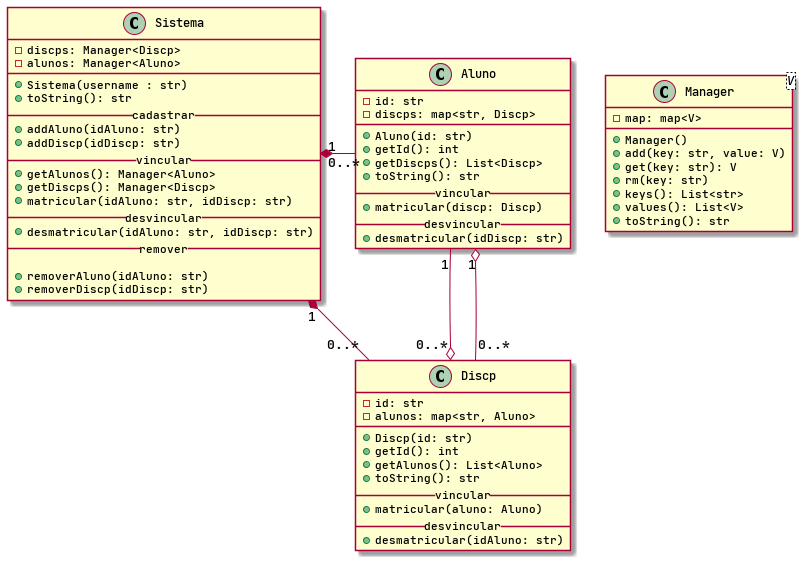
This is base/021/diagrama.png from qxcodepoo/arcade, a PlantUML export, as it was before one commit. Source of this version:
```plantuml
@startuml
skinparam defaultFontName "JetBrains Mono Medium"


class Aluno {
    - id: str
    - discps: map<str, Discp>
    __
    + Aluno(id: str)
    + getId(): int
    + getDiscps(): List<Discp>
    + toString(): str
    __vincular__
    + matricular(discp: Discp)
    __desvincular__
    + desmatricular(idDiscp: str)
}

class Discp {
    - id: str
    - alunos: map<str, Aluno>
    __
    + Discp(id: str)
    + getId(): int
    + getAlunos(): List<Aluno>
    + toString(): str
    __vincular__
    + matricular(aluno: Aluno)
    __desvincular__
    + desmatricular(idAluno: str)
}


class Manager <V> {
    - map: map<V>
    + Manager()
    + add(key: str, value: V)
    + get(key: str): V
    + rm(key: str)
    + keys(): List<str>
    + values(): List<V>
    + toString(): str
}

class Sistema {
    - discps: Manager<Discp>
    - alunos: Manager<Aluno>
    __
    + Sistema(username : str)
    + toString(): str
    __cadastrar__
    + addAluno(idAluno: str)
    + addDiscp(idDiscp: str)
    __vincular__
    + getAlunos(): Manager<Aluno>
    + getDiscps(): Manager<Discp>
    + matricular(idAluno: str, idDiscp: str)
    __desvincular__
    + desmatricular(idAluno: str, idDiscp: str)
    __remover__

    + removerAluno(idAluno: str)
    + removerDiscp(idDiscp: str)
}

Sistema "1" *- "0..*" Aluno
Sistema "1" *- "0..*" Discp
Aluno "1" --o "0..*" Discp
Aluno "1" o-- "0..*" Discp

@enduml
```
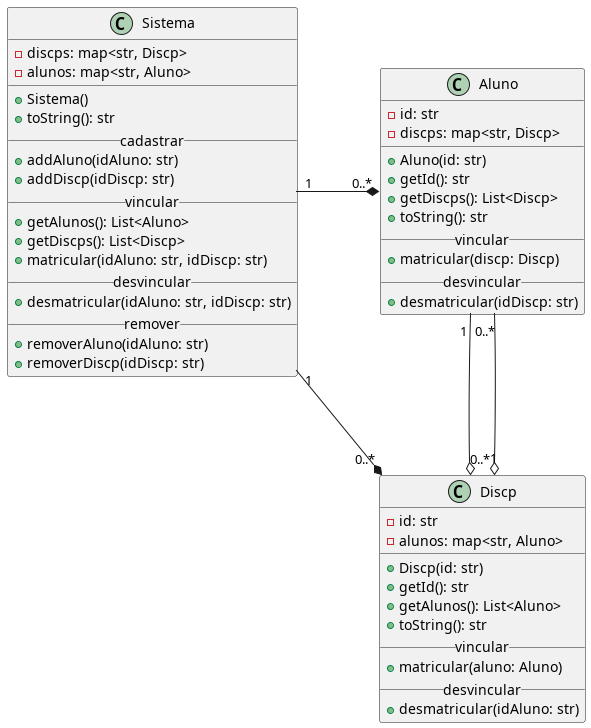
Above is the later version.

Change to the diagram source:
```diff
@@ -1,13 +1,11 @@
 @startuml
 skinparam defaultFontName "JetBrains Mono Medium"
-
-
 class Aluno {
     - id: str
     - discps: map<str, Discp>
     __
     + Aluno(id: str)
-    + getId(): int
+    + getId(): str
     + getDiscps(): List<Discp>
     + toString(): str
     __vincular__
@@ -15,13 +13,12 @@
     __desvincular__
     + desmatricular(idDiscp: str)
 }
-
 class Discp {
     - id: str
     - alunos: map<str, Aluno>
     __
     + Discp(id: str)
-    + getId(): int
+    + getId(): str
     + getAlunos(): List<Aluno>
     + toString(): str
     __vincular__
@@ -29,43 +26,27 @@
     __desvincular__
     + desmatricular(idAluno: str)
 }
-
-
-class Manager <V> {
-    - map: map<V>
-    + Manager()
-    + add(key: str, value: V)
-    + get(key: str): V
-    + rm(key: str)
-    + keys(): List<str>
-    + values(): List<V>
-    + toString(): str
-}
-
 class Sistema {
-    - discps: Manager<Discp>
-    - alunos: Manager<Aluno>
+    - discps: map<str, Discp>
+    - alunos: map<str, Aluno>
     __
-    + Sistema(username : str)
+    + Sistema()
     + toString(): str
     __cadastrar__
     + addAluno(idAluno: str)
     + addDiscp(idDiscp: str)
     __vincular__
-    + getAlunos(): Manager<Aluno>
-    + getDiscps(): Manager<Discp>
+    + getAlunos(): List<Aluno>
+    + getDiscps(): List<Discp>
     + matricular(idAluno: str, idDiscp: str)
     __desvincular__
     + desmatricular(idAluno: str, idDiscp: str)
     __remover__
-
     + removerAluno(idAluno: str)
     + removerDiscp(idDiscp: str)
 }
-
-Sistema "1" *- "0..*" Aluno
-Sistema "1" *- "0..*" Discp
+Sistema "1" -* "0..*" Aluno
+Sistema "1" -* "0..*" Discp
 Aluno "1" --o "0..*" Discp
-Aluno "1" o-- "0..*" Discp
-
+Discp "1" o-- "0..*" Aluno
 @enduml
```
